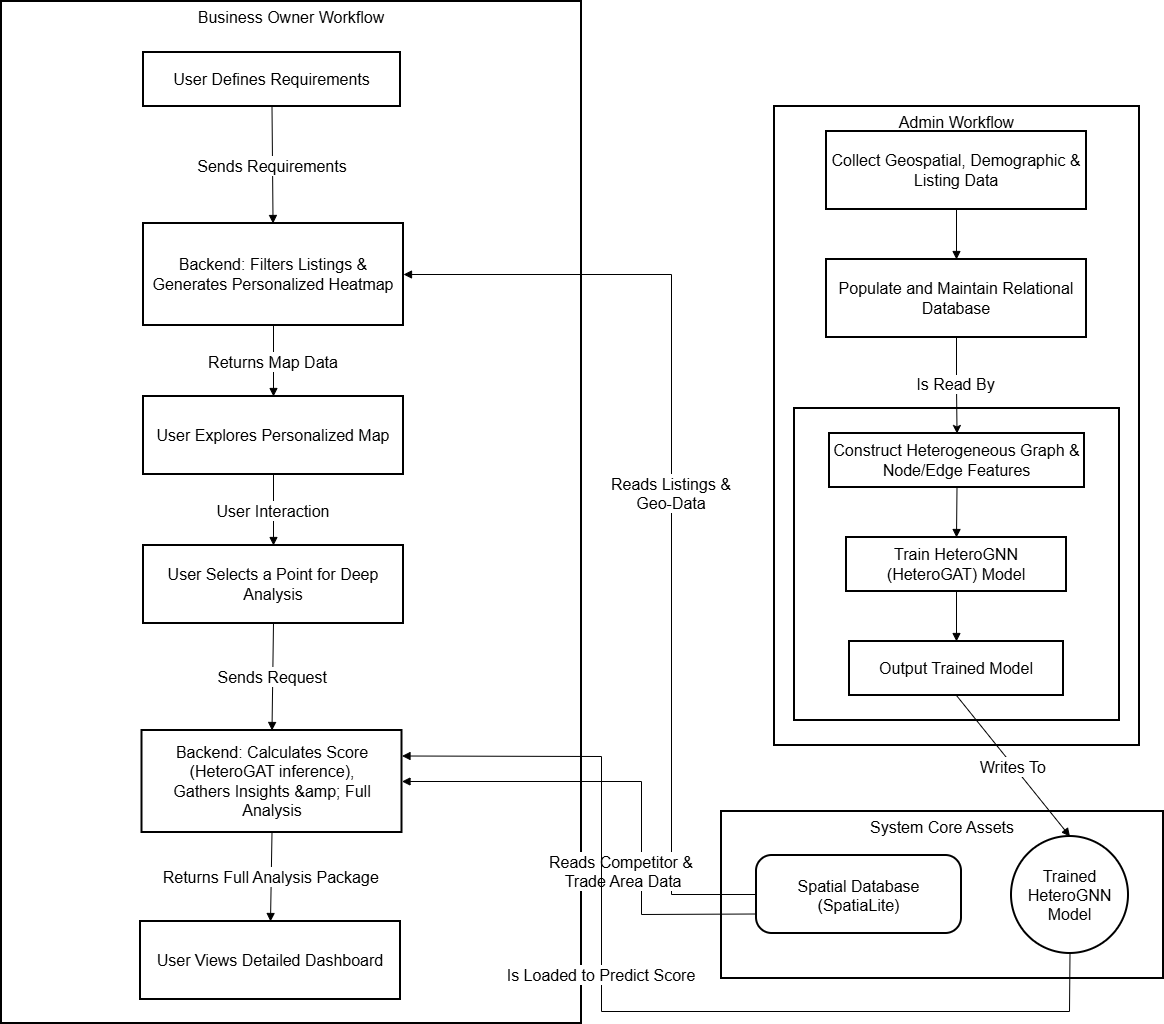
Before: img/WorkflowDiagram.png, a diagram exported from draw.io (Sujalcha7/SiteX_Doc). Source tidied: cells renumbered, new cells last; positions are measured from the earlier drawing's top-left corner, leaving out a move shared by most shapes.
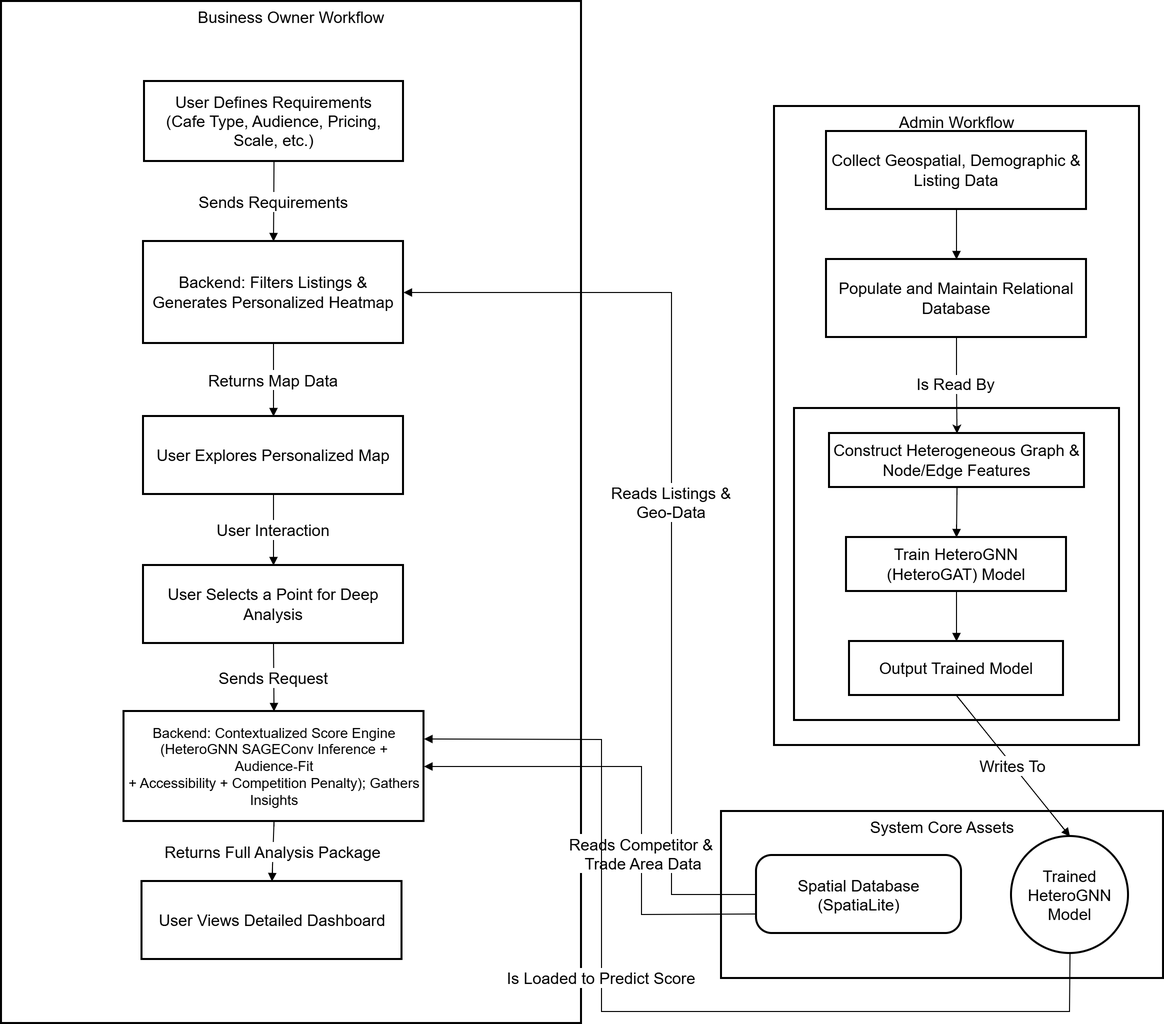
After the commit.

Change to the diagram source:
```diff
@@ -41,23 +41,23 @@
     <mxCell id="14" value="Trained HeteroGNN Model" style="ellipse;strokeWidth=2;whiteSpace=wrap;fontSize=16;" parent="1" vertex="1">
       <mxGeometry x="1010" y="835" width="117" height="117" as="geometry" />
     </mxCell>
-    <mxCell id="15" value="User Defines Requirements" style="whiteSpace=wrap;strokeWidth=2;fontSize=16;" parent="1" vertex="1">
-      <mxGeometry x="142" y="51" width="257" height="54" as="geometry" />
+    <mxCell id="15" value="User Defines Requirements&#10;(Cafe Type, Audience, Pricing, Scale, etc.)" style="whiteSpace=wrap;strokeWidth=2;fontSize=16;" parent="1" vertex="1">
+      <mxGeometry x="143" y="80" width="259" height="80" as="geometry" />
     </mxCell>
     <mxCell id="16" value="Backend: Filters Listings &amp;&#10;Generates Personalized Heatmap" style="whiteSpace=wrap;strokeWidth=2;fontSize=16;" parent="1" vertex="1">
-      <mxGeometry x="142" y="222" width="260" height="102" as="geometry" />
+      <mxGeometry x="142" y="240" width="260" height="102" as="geometry" />
     </mxCell>
     <mxCell id="17" value="User Explores Personalized Map" style="whiteSpace=wrap;strokeWidth=2;fontSize=16;" parent="1" vertex="1">
-      <mxGeometry x="142" y="395" width="260" height="78" as="geometry" />
+      <mxGeometry x="142" y="415" width="260" height="78" as="geometry" />
     </mxCell>
     <mxCell id="18" value="User Selects a Point for Deep Analysis" style="whiteSpace=wrap;strokeWidth=2;fontSize=16;" parent="1" vertex="1">
-      <mxGeometry x="142" y="544" width="260" height="78" as="geometry" />
+      <mxGeometry x="142" y="564" width="260" height="78" as="geometry" />
     </mxCell>
-    <mxCell id="19" value="Backend: Calculates Score (HeteroGAT inference),&#10;Gathers Insights &amp;amp; Full Analysis" style="whiteSpace=wrap;strokeWidth=2;fontSize=16;" parent="1" vertex="1">
-      <mxGeometry x="140.5" y="729" width="260" height="102" as="geometry" />
+    <mxCell id="19" value="Backend: Contextualized Score Engine&#10;(HeteroGNN SAGEConv Inference + Audience‑Fit&#10;+ Accessibility + Competition Penalty); Gathers Insights" style="whiteSpace=wrap;strokeWidth=2;fontSize=14;" parent="1" vertex="1">
+      <mxGeometry x="122.5" y="710" width="300" height="110" as="geometry" />
     </mxCell>
     <mxCell id="20" value="User Views Detailed Dashboard" style="whiteSpace=wrap;strokeWidth=2;fontSize=16;" parent="1" vertex="1">
-      <mxGeometry x="139" y="920" width="260" height="78" as="geometry" />
+      <mxGeometry x="140.5" y="880" width="260" height="78" as="geometry" />
     </mxCell>
     <mxCell id="21" style="curved=1;startArrow=none;endArrow=block;exitX=0.5;exitY=1;entryX=0.5;entryY=0;rounded=0;fontSize=16;" parent="1" edge="1" source="9" target="12">
       <mxGeometry relative="1" as="geometry" />
@@ -71,14 +71,14 @@
     <mxCell id="24" value="Writes To" style="curved=1;startArrow=none;endArrow=block;exitX=0.5;exitY=1;entryX=0.5;entryY=0;rounded=0;fontSize=16;" parent="1" edge="1" source="8" target="14">
       <mxGeometry relative="1" as="geometry" />
     </mxCell>
-    <mxCell id="25" value="Sends Requirements" style="curved=0;startArrow=none;endArrow=block;exitX=0.5;exitY=1.01;rounded=0;fontSize=16;" parent="1" edge="1" source="15" target="16">
+    <mxCell id="25" value="Sends Requirements" style="curved=0;startArrow=none;endArrow=block;exitX=0.5;exitY=1.01;rounded=0;fontSize=16;entryX=0.5;entryY=0;entryDx=0;entryDy=0;" parent="1" edge="1" source="15" target="16">
       <mxGeometry relative="1" as="geometry" />
     </mxCell>
     <mxCell id="26" value="Reads Listings &amp;&#10;Geo-Data" style="curved=0;startArrow=none;endArrow=block;exitX=0;exitY=0.5;entryX=1;entryY=0.5;rounded=0;exitDx=0;exitDy=0;entryDx=0;entryDy=0;fontSize=16;" parent="1" edge="1" source="13" target="16">
       <mxGeometry relative="1" as="geometry">
         <Array as="points">
           <mxPoint x="670" y="893" />
-          <mxPoint x="670" y="273" />
+          <mxPoint x="670" y="291" />
         </Array>
       </mxGeometry>
     </mxCell>
@@ -92,12 +92,11 @@
       <mxGeometry relative="1" as="geometry" />
     </mxCell>
     <mxCell id="30" value="Reads Competitor &amp;&#10; Trade Area Data" style="curved=0;startArrow=none;endArrow=block;entryX=1;entryY=0.5;rounded=0;entryDx=0;entryDy=0;exitX=0;exitY=0.75;exitDx=0;exitDy=0;fontSize=16;" parent="1" edge="1" source="13" target="19">
-      <mxGeometry x="-0.35" y="20" relative="1" as="geometry">
+      <mxGeometry x="-0.27" relative="1" as="geometry">
         <Array as="points">
           <mxPoint x="640" y="913" />
-          <mxPoint x="640" y="780" />
+          <mxPoint x="640" y="765" />
         </Array>
-        <mxPoint y="-1" as="offset" />
       </mxGeometry>
     </mxCell>
     <mxCell id="31" value="Is Loaded to Predict Score" style="curved=0;startArrow=none;endArrow=block;exitX=0.5;exitY=1;entryX=1;entryY=0.25;rounded=0;entryDx=0;entryDy=0;fontSize=16;" parent="1" edge="1" source="14" target="19">
@@ -105,7 +104,7 @@
         <Array as="points">
           <mxPoint x="1068" y="1010" />
           <mxPoint x="600" y="1010" />
-          <mxPoint x="600" y="755" />
+          <mxPoint x="600" y="738" />
         </Array>
       </mxGeometry>
     </mxCell>
```
